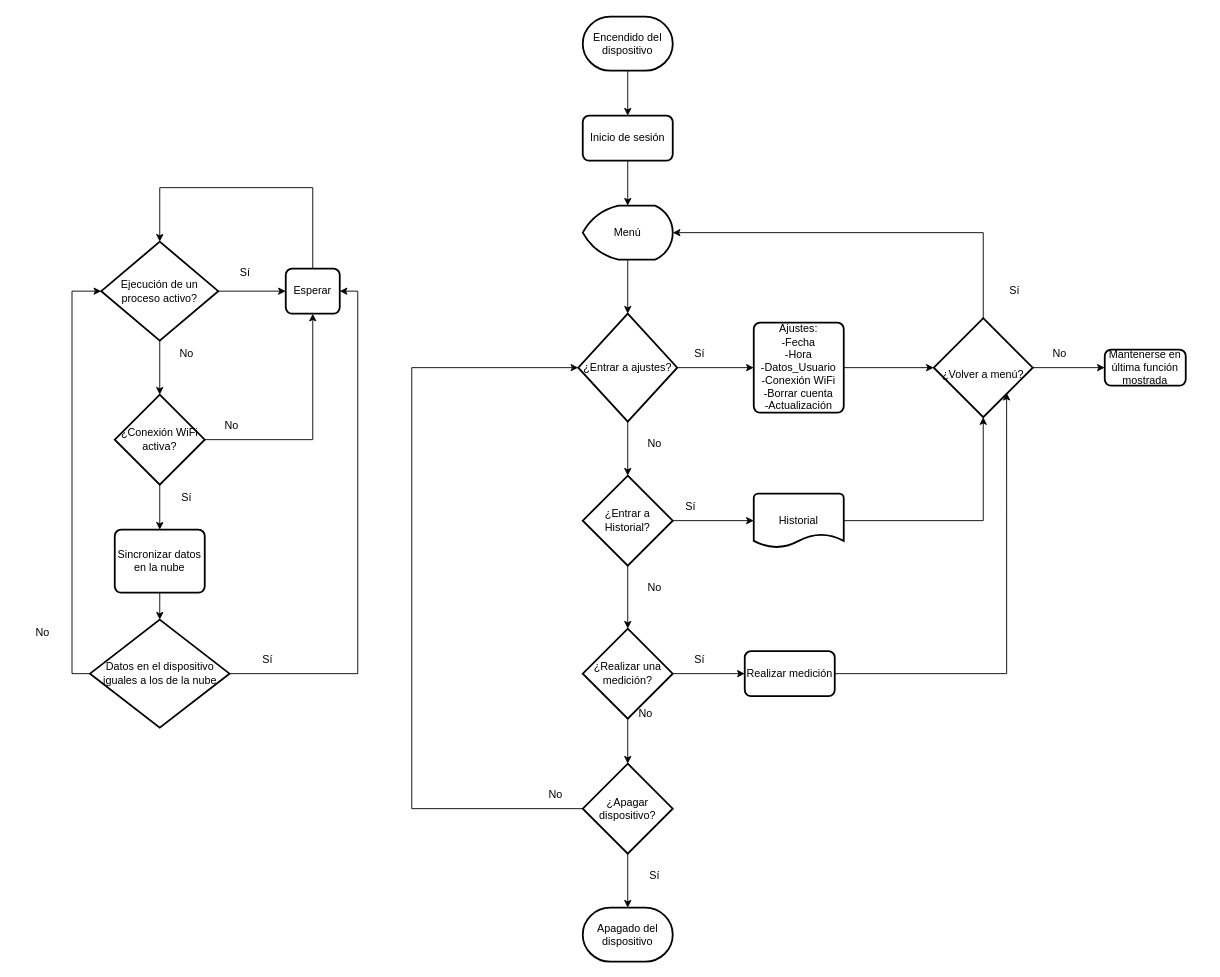
The draw.io diagram Tercera_Fase/Diagramas de software/Diagrama_General.drawio in Angeloib98/BIATRONIC, before the edit. Source tidied: cells renumbered, new cells numbered last; positions are measured from the earlier drawing's top-left corner, leaving out a move shared by most shapes. Both pictures are drawn from the tidied source at 90%, with x=0, y=0 at pixel (15, 16).
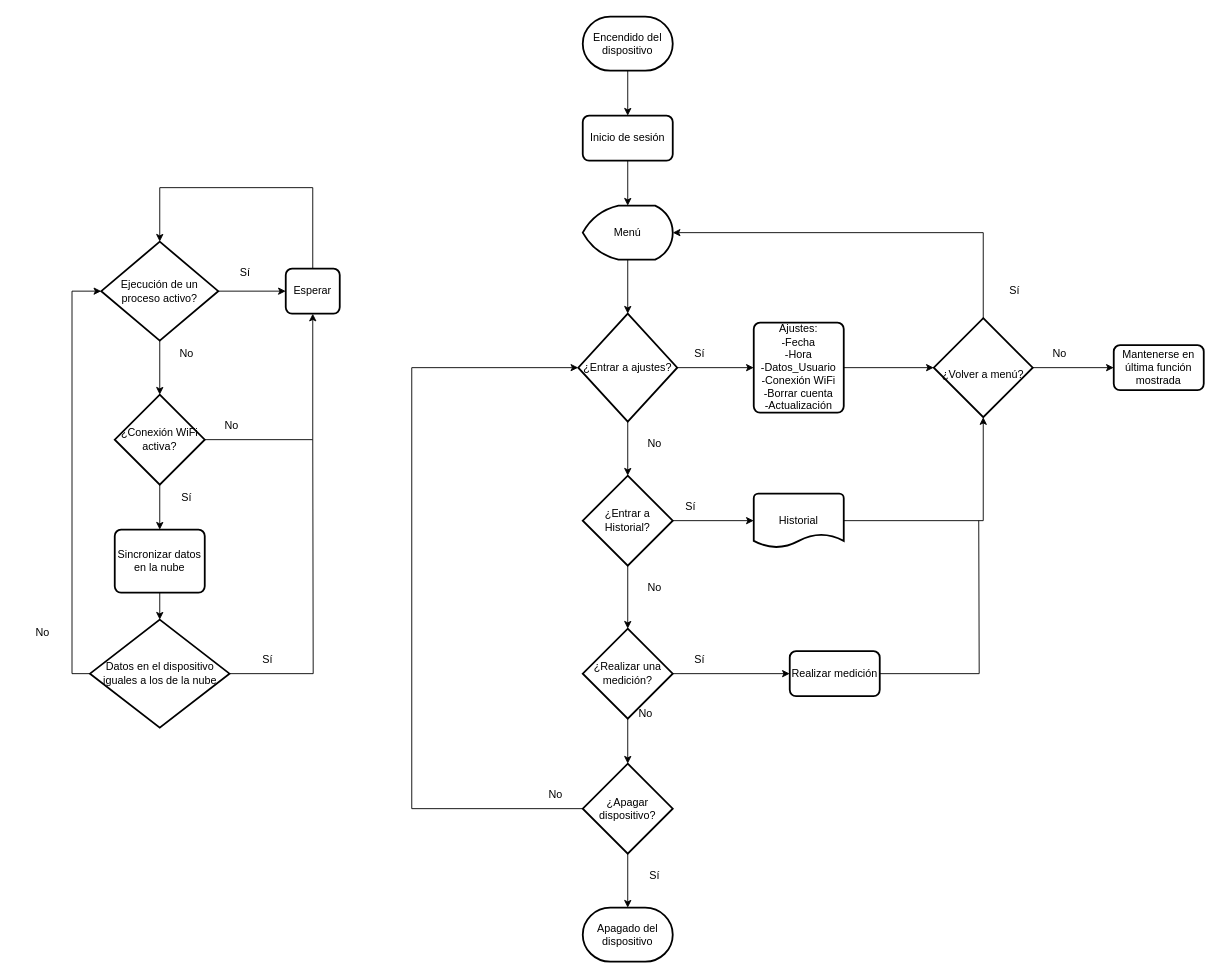
Above is the later version.

The change refers to these unchanged cells:
```xml
<mxCell id="43" value="Esperar" style="rounded=1;whiteSpace=wrap;html=1;absoluteArcSize=1;arcSize=14;strokeWidth=2;" parent="1" vertex="1">
  <mxGeometry x="300" y="280" width="60" height="50" as="geometry" />
</mxCell>
<mxCell id="49" value="Datos en el dispositivo iguales a los de la nube" style="strokeWidth=2;html=1;shape=mxgraph.flowchart.decision;whiteSpace=wrap;" parent="1" vertex="1">
  <mxGeometry x="82.5" y="670" width="155" height="120" as="geometry" />
</mxCell>
<mxCell id="56" value="&lt;br&gt;¿Volver a menú?" style="strokeWidth=2;html=1;shape=mxgraph.flowchart.decision;whiteSpace=wrap;" parent="1" vertex="1">
  <mxGeometry x="1020" y="335" width="110" height="110" as="geometry" />
</mxCell>
```

Change to the diagram source:
```diff
@@
-    <mxCell id="28" style="edgeStyle=orthogonalEdgeStyle;rounded=0;jettySize=auto;html=1;exitX=1;exitY=0.5;exitDx=0;exitDy=0;entryX=0.736;entryY=0.754;entryDx=0;entryDy=0;entryPerimeter=0;" parent="1" edge="1" source="29" target="56">
-      <mxGeometry relative="1" as="geometry" />
-    </mxCell>
+    <mxCell id="60" style="edgeStyle=orthogonalEdgeStyle;rounded=0;jettySize=auto;html=1;exitX=1;exitY=0.5;exitDx=0;exitDy=0;endArrow=none;endFill=0;" parent="1" edge="1" source="29">
+      <mxGeometry relative="1" as="geometry">
+        <mxPoint x="1070" y="560" as="targetPoint" />
+      </mxGeometry>
+    </mxCell>
     <mxCell id="29" value="Realizar medición" style="rounded=1;whiteSpace=wrap;html=1;absoluteArcSize=1;arcSize=14;strokeWidth=2;" parent="1" vertex="1">
-      <mxGeometry x="810" y="705" width="100" height="50" as="geometry" />
+      <mxGeometry x="860" y="705" width="100" height="50" as="geometry" />
     </mxCell>
@@
-    <mxCell id="47" style="edgeStyle=orthogonalEdgeStyle;rounded=0;jettySize=auto;html=1;exitX=1;exitY=0.5;exitDx=0;exitDy=0;exitPerimeter=0;entryX=1;entryY=0.5;entryDx=0;entryDy=0;" parent="1" edge="1" source="49" target="43">
-      <mxGeometry relative="1" as="geometry" />
-    </mxCell>
@@
+    <mxCell id="61" style="edgeStyle=orthogonalEdgeStyle;rounded=0;jettySize=auto;html=1;exitX=1;exitY=0.5;exitDx=0;exitDy=0;exitPerimeter=0;endArrow=none;endFill=0;" parent="1" edge="1" source="49">
+      <mxGeometry relative="1" as="geometry">
+        <mxPoint x="330" y="470" as="targetPoint" />
+      </mxGeometry>
+    </mxCell>
@@
     <mxCell id="57" value="Mantenerse en última función mostrada" style="rounded=1;whiteSpace=wrap;html=1;absoluteArcSize=1;arcSize=14;strokeWidth=2;" parent="1" vertex="1">
-      <mxGeometry x="1210" y="370" width="90" height="40" as="geometry" />
+      <mxGeometry x="1220" y="365" width="100" height="50" as="geometry" />
     </mxCell>
```
